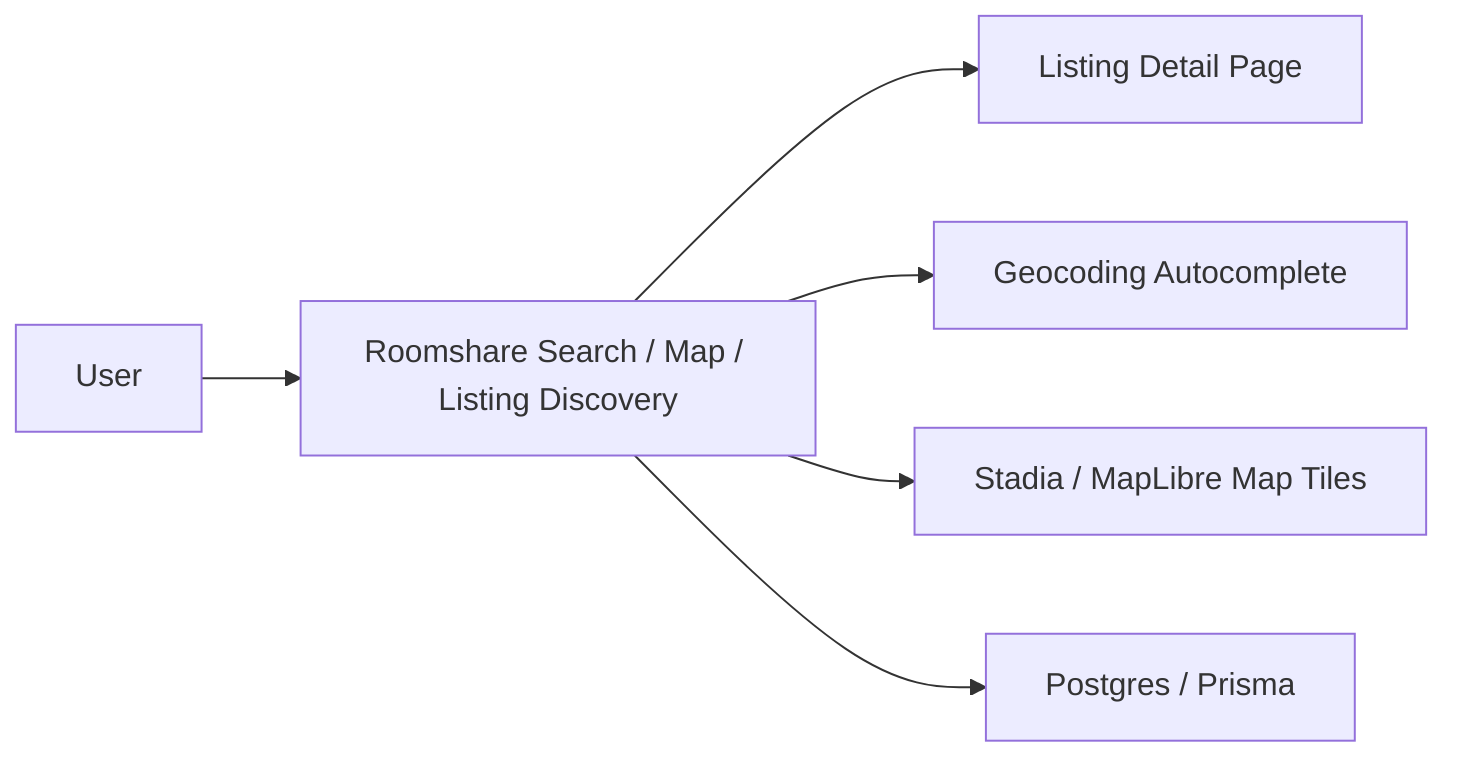
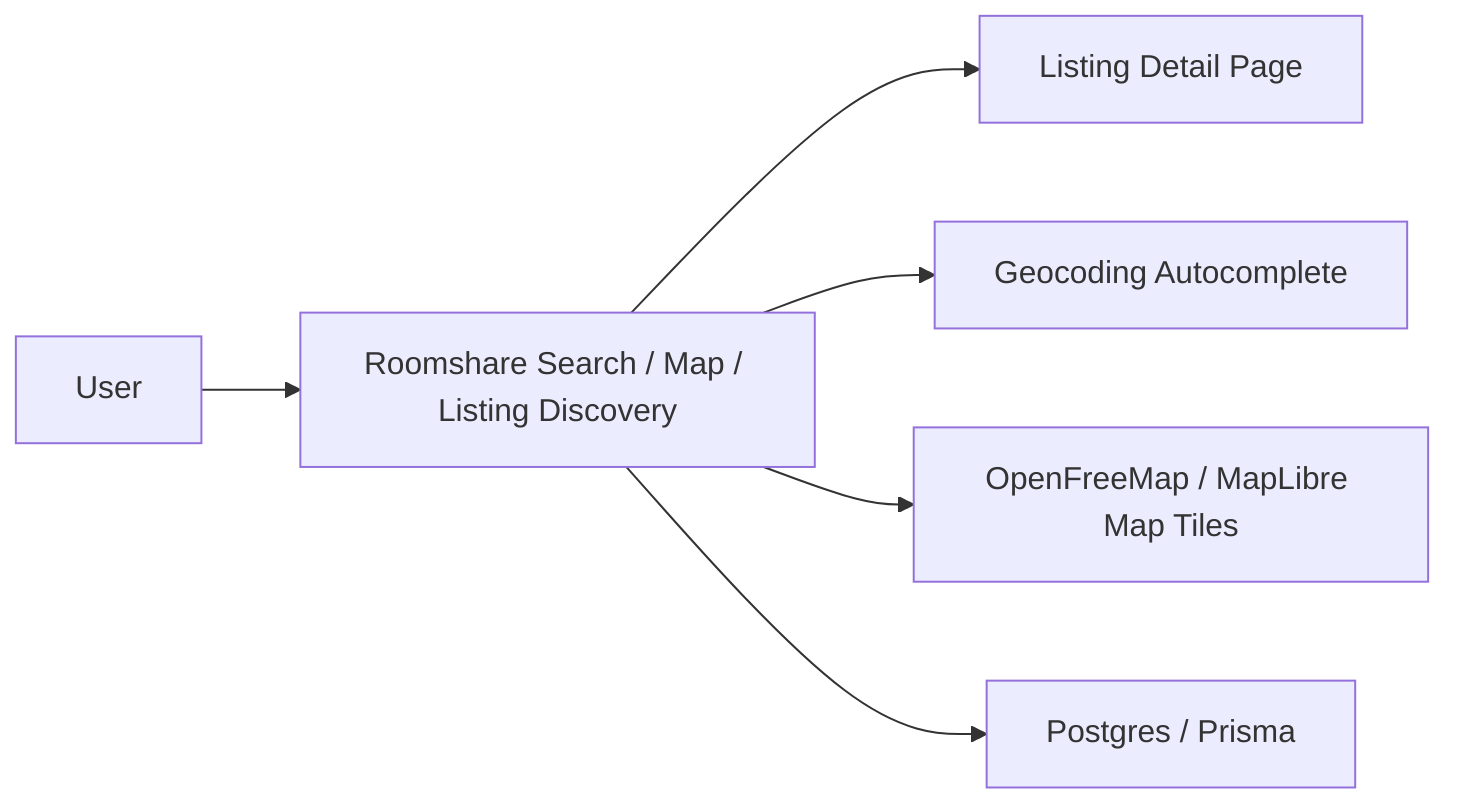
flowchart LR
  User["User"]
  Search["Roomshare Search / Map / Listing Discovery"]
  Listing["Listing Detail Page"]
  Geo["Geocoding Autocomplete"]
-   Maps["Stadia / MapLibre Map Tiles"]
+   Maps["OpenFreeMap / MapLibre Map Tiles"]
  DB["Postgres / Prisma"]

  User --> Search
  Search --> Listing
  Search --> Geo
  Search --> Maps
  Search --> DB
